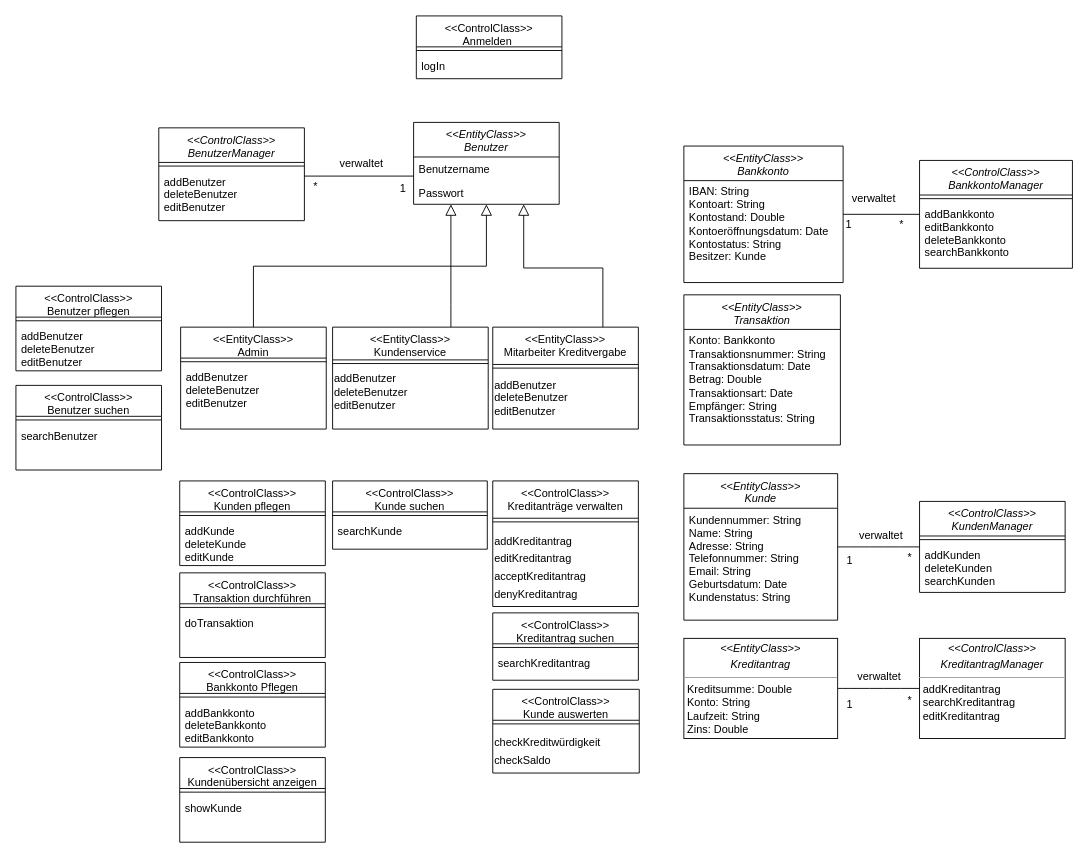
Earlier version of the draw.io diagram page "Technischer Entwurf" (5 of 5) of Datenmodell.drawio (JaSc2912/VerteilteAnwendungen). Source tidied: cells renumbered, new cells numbered last; positions are measured from the earlier drawing's top-left corner, leaving out a move shared by most shapes. Both pictures are drawn from the tidied source at 91%, with x=0, y=0 at pixel (15, 15).
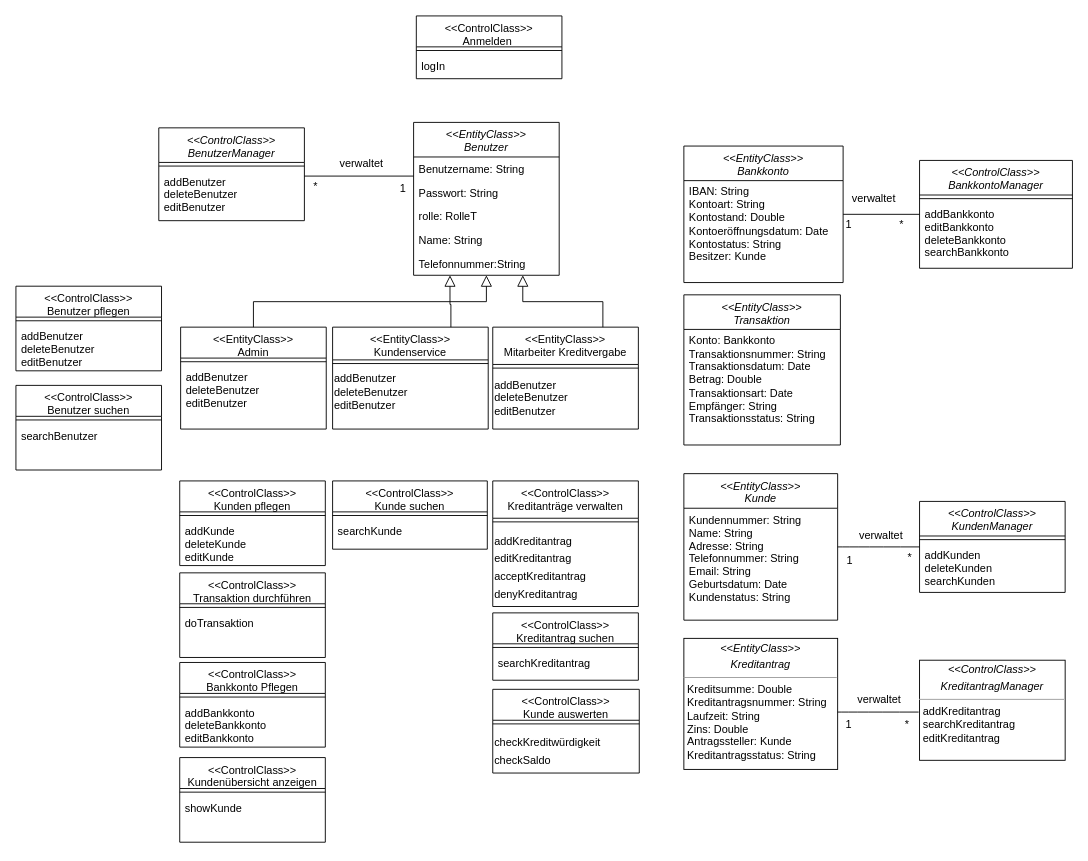
After the change.

Diff of the diagram source:
```diff
@@
     <mxCell id="2" value="&lt;&lt;EntityClass&gt;&gt;&#10;Benutzer" style="swimlane;fontStyle=2;align=center;verticalAlign=top;horizontal=1;startSize=38;rounded=0;shadow=0;strokeWidth=1;" parent="1" vertex="1">
-      <mxGeometry x="437" y="117" width="160" height="90" as="geometry" />
+      <mxGeometry x="437" y="117" width="160" height="168" as="geometry" />
     </mxCell>
-    <mxCell id="3" value="Benutzername" style="text;align=left;verticalAlign=top;spacingLeft=4;spacingRight=4;overflow=hidden;" parent="2" vertex="1">
+    <mxCell id="3" value="Benutzername: String" style="text;align=left;verticalAlign=top;spacingLeft=4;spacingRight=4;overflow=hidden;" parent="2" vertex="1">
       <mxGeometry y="38" width="160" height="26" as="geometry" />
     </mxCell>
-    <mxCell id="4" value="Passwort" style="text;align=left;verticalAlign=top;spacingLeft=4;spacingRight=4;overflow=hidden;rounded=0;shadow=0;html=0;" parent="2" vertex="1">
+    <mxCell id="4" value="Passwort: String" style="text;align=left;verticalAlign=top;spacingLeft=4;spacingRight=4;overflow=hidden;rounded=0;shadow=0;html=0;" parent="2" vertex="1">
       <mxGeometry y="64" width="160" height="26" as="geometry" />
     </mxCell>
+    <mxCell id="83" value="rolle: RolleT" style="text;align=left;verticalAlign=top;spacingLeft=4;spacingRight=4;overflow=hidden;rounded=0;shadow=0;html=0;" parent="2" vertex="1">
+      <mxGeometry y="90" width="160" height="26" as="geometry" />
+    </mxCell>
+    <mxCell id="84" value="Name: String" style="text;align=left;verticalAlign=top;spacingLeft=4;spacingRight=4;overflow=hidden;rounded=0;shadow=0;html=0;" parent="2" vertex="1">
+      <mxGeometry y="116" width="160" height="26" as="geometry" />
+    </mxCell>
+    <mxCell id="85" value="Telefonnummer:String" style="text;align=left;verticalAlign=top;spacingLeft=4;spacingRight=4;overflow=hidden;rounded=0;shadow=0;html=0;" parent="2" vertex="1">
+      <mxGeometry y="142" width="160" height="26" as="geometry" />
+    </mxCell>
@@
-    <mxCell id="12" style="endArrow=block;endSize=10;endFill=0;shadow=0;strokeWidth=1;rounded=0;curved=0;edgeStyle=elbowEdgeStyle;elbow=vertical;fontSize=12;" parent="1" edge="1">
+    <mxCell id="12" style="endArrow=block;endSize=10;endFill=0;shadow=0;strokeWidth=1;rounded=0;curved=0;edgeStyle=elbowEdgeStyle;elbow=vertical;fontSize=12;entryX=0.25;entryY=1;entryDx=0;entryDy=0;" parent="1" edge="1" target="2">
       <mxGeometry relative="1" as="geometry">
         <mxPoint x="478" y="342" as="sourcePoint" />
-        <mxPoint x="478" y="207" as="targetPoint" />
         <Array as="points">
           <mxPoint x="478" y="317" />
         </Array>
       </mxGeometry>
     </mxCell>
@@
-    <mxCell id="15" style="endArrow=block;endSize=10;endFill=0;shadow=0;strokeWidth=1;rounded=0;curved=0;edgeStyle=elbowEdgeStyle;elbow=vertical;fontSize=12;exitX=0.5;exitY=0;exitDx=0;exitDy=0;" parent="1" edge="1">
+    <mxCell id="15" style="endArrow=block;endSize=10;endFill=0;shadow=0;strokeWidth=1;rounded=0;curved=0;edgeStyle=elbowEdgeStyle;elbow=vertical;fontSize=12;exitX=0.5;exitY=0;exitDx=0;exitDy=0;entryX=0.75;entryY=1;entryDx=0;entryDy=0;" parent="1" edge="1" target="2">
       <mxGeometry relative="1" as="geometry">
         <mxPoint x="645" y="342" as="sourcePoint" />
-        <mxPoint x="558" y="207" as="targetPoint" />
-        <Array as="points">
-          <mxPoint x="605" y="277" />
-        </Array>
       </mxGeometry>
     </mxCell>
@@
-    <mxCell id="43" style="edgeStyle=none;curved=1;rounded=0;jettySize=auto;html=1;fontSize=12;startSize=8;endSize=8;endArrow=none;startFill=0;" parent="1" edge="1" source="44" target="45">
-      <mxGeometry relative="1" as="geometry" />
+    <mxCell id="43" style="edgeStyle=none;curved=1;rounded=0;orthogonalLoop=1;jettySize=auto;html=1;fontSize=12;startSize=8;endSize=8;endArrow=none;startFill=0;" parent="1" edge="1">
+      <mxGeometry relative="1" as="geometry">
+        <mxPoint x="902" y="765" as="sourcePoint" />
+        <mxPoint x="992" y="765" as="targetPoint" />
+      </mxGeometry>
     </mxCell>
-    <mxCell id="44" value="&lt;p style=&quot;margin:0px;margin-top:4px;text-align:center;&quot;&gt;&lt;i&gt;&amp;lt;&amp;lt;EntityClass&amp;gt;&amp;gt;&lt;/i&gt;&lt;/p&gt;&lt;p style=&quot;margin:0px;margin-top:4px;text-align:center;&quot;&gt;&lt;i&gt;Kreditantrag&lt;/i&gt;&lt;/p&gt;&lt;hr size=&quot;1&quot;&gt;&lt;p style=&quot;margin:0px;margin-left:4px;&quot;&gt;Kreditsumme: Double&lt;br&gt;&lt;/p&gt;&lt;p style=&quot;margin:0px;margin-left:4px;&quot;&gt;Konto: String&lt;/p&gt;&lt;p style=&quot;margin:0px;margin-left:4px;&quot;&gt;Laufzeit: String&lt;/p&gt;&lt;p style=&quot;margin:0px;margin-left:4px;&quot;&gt;Zins: Double&lt;/p&gt;&lt;p style=&quot;margin:0px;margin-left:4px;&quot;&gt;&lt;br&gt;&lt;/p&gt;" style="verticalAlign=top;align=left;overflow=fill;fontSize=12;fontFamily=Helvetica;html=1;rounded=0;shadow=0;comic=0;labelBackgroundColor=none;strokeWidth=1;" parent="1" vertex="1">
-      <mxGeometry x="734" y="684" width="169" height="110" as="geometry" />
+    <mxCell id="44" value="&lt;p style=&quot;margin:0px;margin-top:4px;text-align:center;&quot;&gt;&lt;i&gt;&amp;lt;&amp;lt;EntityClass&amp;gt;&amp;gt;&lt;/i&gt;&lt;/p&gt;&lt;p style=&quot;margin:0px;margin-top:4px;text-align:center;&quot;&gt;&lt;i&gt;Kreditantrag&lt;/i&gt;&lt;/p&gt;&lt;hr size=&quot;1&quot;&gt;&lt;p style=&quot;margin:0px;margin-left:4px;&quot;&gt;Kreditsumme: Double&lt;br&gt;Kreditantragsnummer: String&lt;/p&gt;&lt;p style=&quot;margin:0px;margin-left:4px;&quot;&gt;Laufzeit: String&lt;/p&gt;&lt;p style=&quot;margin:0px;margin-left:4px;&quot;&gt;Zins: Double&lt;/p&gt;&lt;p style=&quot;margin:0px;margin-left:4px;&quot;&gt;Antragssteller: Kunde&lt;/p&gt;&lt;p style=&quot;margin:0px;margin-left:4px;&quot;&gt;Kreditantragsstatus: String&lt;/p&gt;&lt;p style=&quot;margin:0px;margin-left:4px;&quot;&gt;&lt;br&gt;&lt;/p&gt;" style="verticalAlign=top;align=left;overflow=fill;fontSize=12;fontFamily=Helvetica;html=1;rounded=0;shadow=0;comic=0;labelBackgroundColor=none;strokeWidth=1;" parent="1" vertex="1">
+      <mxGeometry x="734" y="684" width="169" height="144" as="geometry" />
     </mxCell>
     <mxCell id="45" value="&lt;p style=&quot;margin:0px;margin-top:4px;text-align:center;&quot;&gt;&lt;i&gt;&amp;lt;&amp;lt;ControlClass&amp;gt;&amp;gt;&lt;/i&gt;&lt;/p&gt;&lt;p style=&quot;margin:0px;margin-top:4px;text-align:center;&quot;&gt;&lt;i&gt;KreditantragManager&lt;/i&gt;&lt;/p&gt;&lt;hr size=&quot;1&quot;&gt;&lt;p style=&quot;margin:0px;margin-left:4px;&quot;&gt;addKreditantrag&lt;/p&gt;&lt;p style=&quot;margin:0px;margin-left:4px;&quot;&gt;searchKreditantrag&lt;/p&gt;&lt;p style=&quot;margin:0px;margin-left:4px;&quot;&gt;editKreditantrag &lt;br&gt;&lt;/p&gt;&lt;p style=&quot;margin:0px;margin-left:4px;&quot;&gt;&lt;br&gt;&lt;/p&gt;" style="verticalAlign=top;align=left;overflow=fill;fontSize=12;fontFamily=Helvetica;html=1;rounded=0;shadow=0;comic=0;labelBackgroundColor=none;strokeWidth=1;" parent="1" vertex="1">
-      <mxGeometry x="993" y="684" width="160" height="110" as="geometry" />
+      <mxGeometry x="993" y="708" width="160" height="110" as="geometry" />
     </mxCell>
@@
     <mxCell id="71" value="verwaltet" style="text;strokeColor=none;fillColor=none;html=1;align=center;verticalAlign=middle;whiteSpace=wrap;rounded=0;fontSize=12;" parent="1" vertex="1">
-      <mxGeometry x="914" y="715" width="70" height="22" as="geometry" />
+      <mxGeometry x="914" y="740" width="70" height="22" as="geometry" />
     </mxCell>
     <mxCell id="72" value="1" style="text;html=1;align=center;verticalAlign=middle;strokeColor=none;fillColor=none;" parent="1" vertex="1">
-      <mxGeometry x="903" y="744" width="25" height="26" as="geometry" />
+      <mxGeometry x="902" y="766" width="25" height="26" as="geometry" />
     </mxCell>
     <mxCell id="73" value="*" style="text;html=1;align=center;verticalAlign=middle;strokeColor=none;fillColor=none;" parent="1" vertex="1">
-      <mxGeometry x="970" y="740" width="23" height="26" as="geometry" />
+      <mxGeometry x="967" y="766" width="23" height="26" as="geometry" />
     </mxCell>
```
